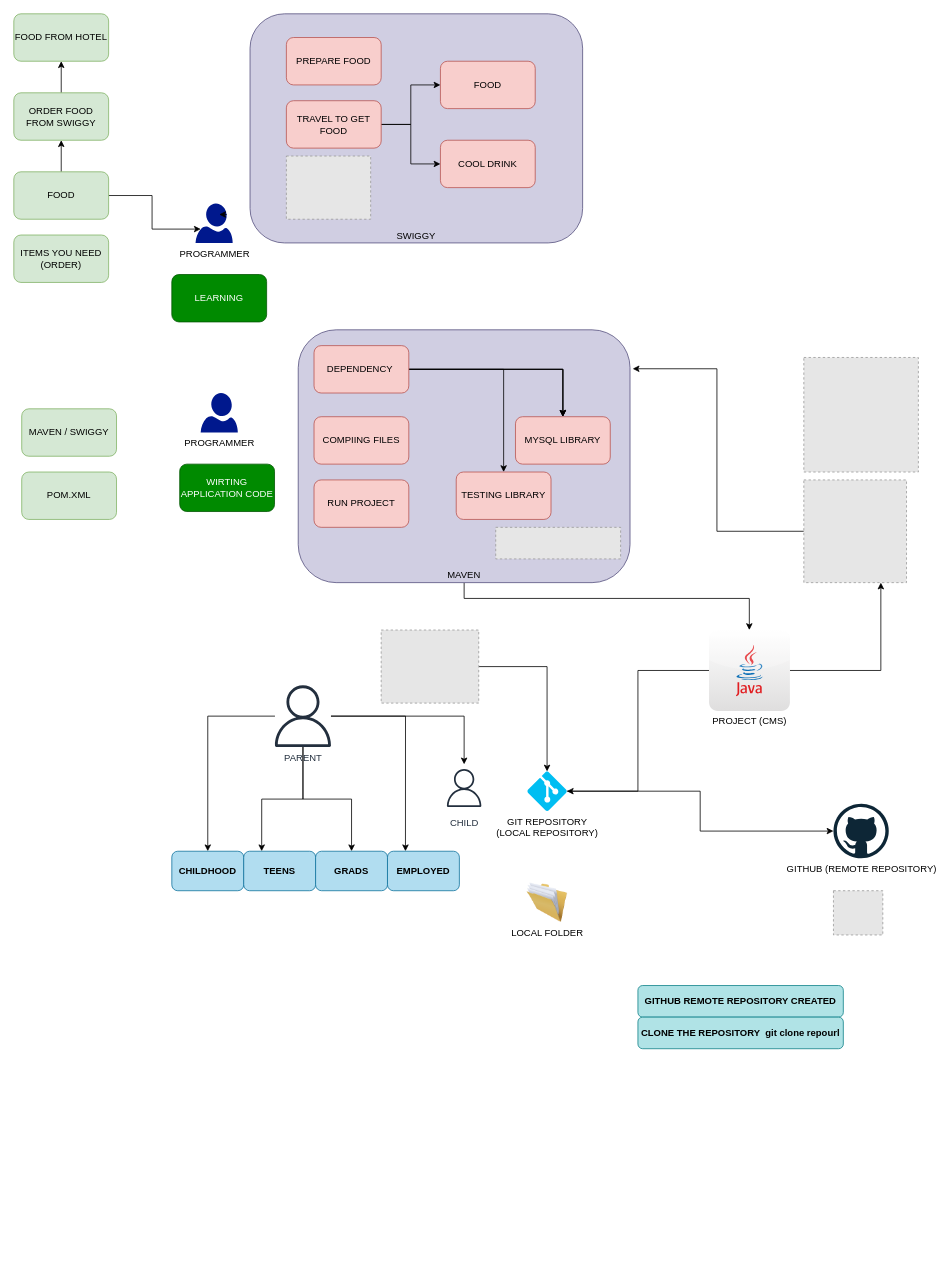
This is page "mvn" (7 of 7) of java/java-master.drawio from HarikaBatana/artGitHub, a draw.io file, before an edit. Source tidied: cells renumbered, new cells numbered last; positions are measured from the earlier drawing's top-left corner, leaving out a move shared by most shapes. Both pictures are drawn from the tidied source at 79%, with x=0, y=0 at pixel (13, 13). Pictures stored in the file or linked from it are replaced by grey dashed boxes.
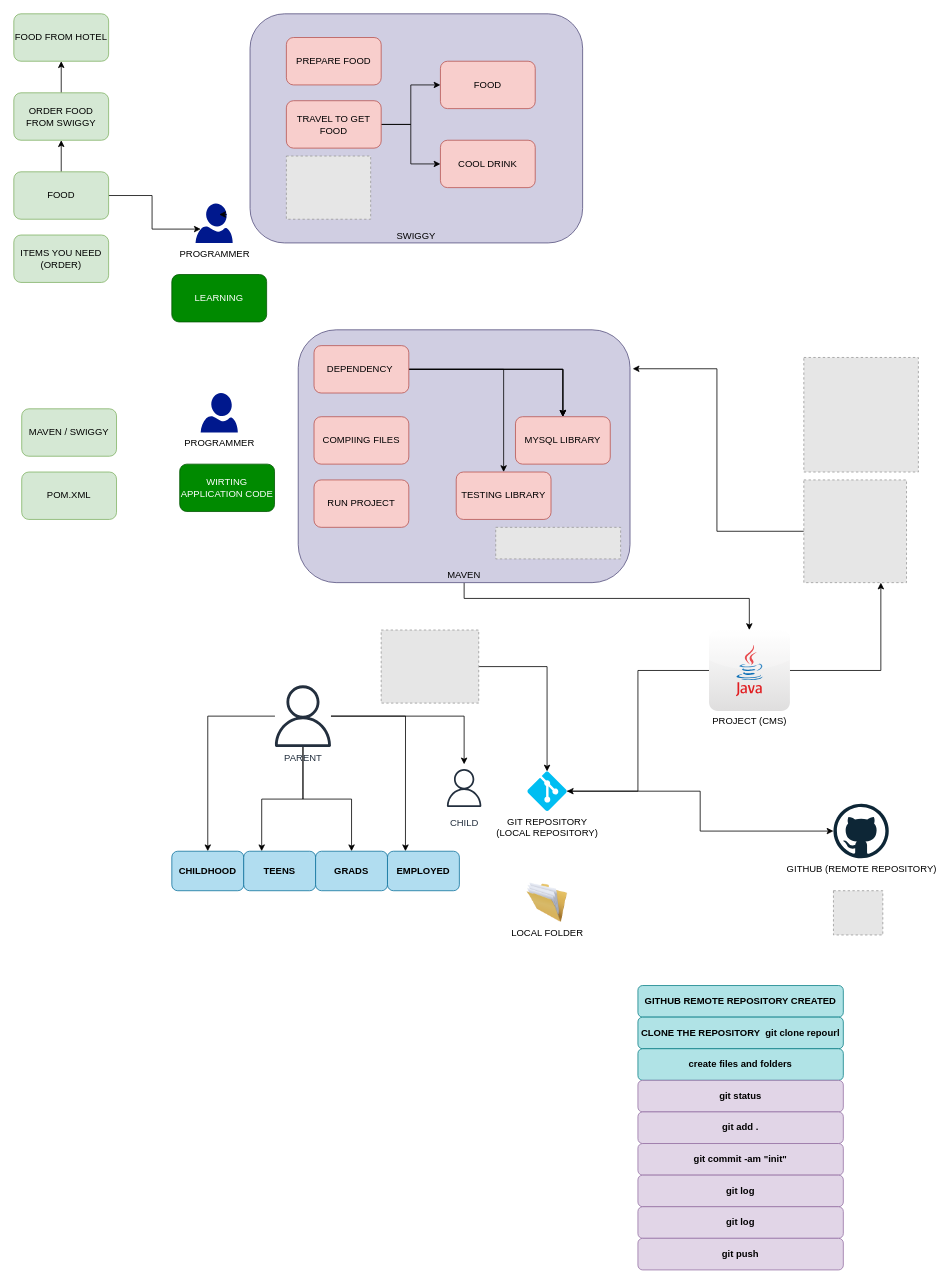
After the change.

What changed in the source:
```diff
@@
+    <mxCell id="62" value="create files and folders" style="rounded=1;whiteSpace=wrap;html=1;fillColor=#b0e3e6;strokeColor=#0e8088;fontStyle=1;" parent="1" vertex="1">
+      <mxGeometry x="790" y="1310" width="260" height="40" as="geometry" />
+    </mxCell>
+    <mxCell id="63" value="git status" style="rounded=1;whiteSpace=wrap;html=1;fillColor=#e1d5e7;strokeColor=#9673a6;fontStyle=1;" parent="1" vertex="1">
+      <mxGeometry x="790" y="1350" width="260" height="40" as="geometry" />
+    </mxCell>
+    <mxCell id="64" value="git add ." style="rounded=1;whiteSpace=wrap;html=1;fillColor=#e1d5e7;strokeColor=#9673a6;fontStyle=1;" parent="1" vertex="1">
+      <mxGeometry x="790" y="1390" width="260" height="40" as="geometry" />
+    </mxCell>
+    <mxCell id="65" value="git commit -am &quot;init&quot;" style="rounded=1;whiteSpace=wrap;html=1;fillColor=#e1d5e7;strokeColor=#9673a6;fontStyle=1;" parent="1" vertex="1">
+      <mxGeometry x="790" y="1430" width="260" height="40" as="geometry" />
+    </mxCell>
+    <mxCell id="66" value="git log" style="rounded=1;whiteSpace=wrap;html=1;fillColor=#e1d5e7;strokeColor=#9673a6;fontStyle=1;" parent="1" vertex="1">
+      <mxGeometry x="790" y="1470" width="260" height="40" as="geometry" />
+    </mxCell>
+    <mxCell id="67" value="git log" style="rounded=1;whiteSpace=wrap;html=1;fillColor=#e1d5e7;strokeColor=#9673a6;fontStyle=1;" parent="1" vertex="1">
+      <mxGeometry x="790" y="1510" width="260" height="40" as="geometry" />
+    </mxCell>
+    <mxCell id="68" value="git push" style="rounded=1;whiteSpace=wrap;html=1;fillColor=#e1d5e7;strokeColor=#9673a6;fontStyle=1;" parent="1" vertex="1">
+      <mxGeometry x="790" y="1550" width="260" height="40" as="geometry" />
+    </mxCell>
```
